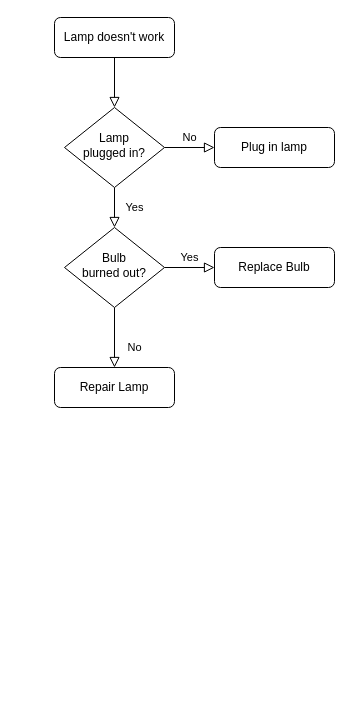
The draw.io diagram 未命名绘图.drawio in CodeCsir/DrawIO, before the edit. Source tidied: cells renumbered, new cells numbered last; positions are measured from the earlier drawing's top-left corner, leaving out a move shared by most shapes. Both pictures are drawn from the tidied source at 100%, with x=0, y=0 at pixel (54, 17).
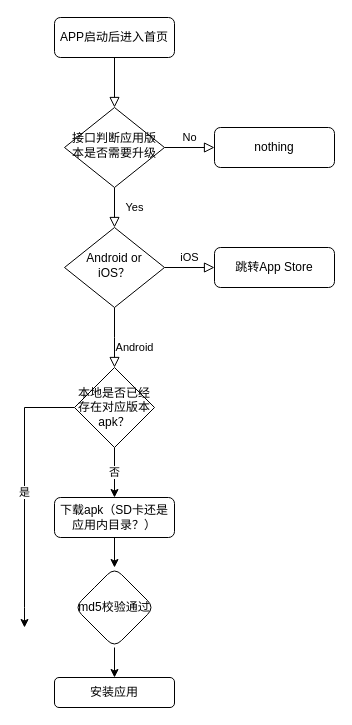
Above is the later version.

Commit message:
Flutter应用更新流程.drawio

The edit, as a diff of the source:
```diff
@@
-    <mxCell id="3" value="Lamp doesn't work" style="rounded=1;whiteSpace=wrap;html=1;fontSize=12;glass=0;strokeWidth=1;shadow=0;" parent="1" vertex="1">
+    <mxCell id="3" value="APP启动后进入首页" style="rounded=1;whiteSpace=wrap;html=1;fontSize=12;glass=0;strokeWidth=1;shadow=0;" parent="1" vertex="1">
       <mxGeometry width="120" height="40" as="geometry" />
     </mxCell>
@@
-    <mxCell id="6" value="Lamp&lt;br&gt;plugged in?" style="rhombus;whiteSpace=wrap;html=1;shadow=0;fontFamily=Helvetica;fontSize=12;align=center;strokeWidth=1;spacing=6;spacingTop=-4;" parent="1" vertex="1">
+    <mxCell id="6" value="接口判断应用版本是否需要升级" style="rhombus;whiteSpace=wrap;html=1;shadow=0;fontFamily=Helvetica;fontSize=12;align=center;strokeWidth=1;spacing=6;spacingTop=-4;" parent="1" vertex="1">
       <mxGeometry x="10" y="90" width="100" height="80" as="geometry" />
     </mxCell>
-    <mxCell id="7" value="Plug in lamp" style="rounded=1;whiteSpace=wrap;html=1;fontSize=12;glass=0;strokeWidth=1;shadow=0;" parent="1" vertex="1">
+    <mxCell id="7" value="nothing" style="rounded=1;whiteSpace=wrap;html=1;fontSize=12;glass=0;strokeWidth=1;shadow=0;" parent="1" vertex="1">
       <mxGeometry x="160" y="110" width="120" height="40" as="geometry" />
     </mxCell>
-    <mxCell id="8" value="No" style="rounded=0;html=1;jettySize=auto;fontSize=11;endArrow=block;endFill=0;endSize=8;strokeWidth=1;shadow=0;labelBackgroundColor=none;edgeStyle=orthogonalEdgeStyle;" parent="1" edge="1" source="10" target="11">
-      <mxGeometry x="0.33" y="20" relative="1" as="geometry" />
+    <mxCell id="8" value="Android" style="rounded=0;html=1;jettySize=auto;fontSize=11;endArrow=block;endFill=0;endSize=8;strokeWidth=1;shadow=0;labelBackgroundColor=none;edgeStyle=orthogonalEdgeStyle;" parent="1" edge="1" source="10">
+      <mxGeometry x="0.33" y="20" relative="1" as="geometry">
+        <mxPoint x="60" y="350" as="targetPoint" />
+      </mxGeometry>
     </mxCell>
-    <mxCell id="9" value="Yes" style="edgeStyle=orthogonalEdgeStyle;rounded=0;html=1;jettySize=auto;fontSize=11;endArrow=block;endFill=0;endSize=8;strokeWidth=1;shadow=0;labelBackgroundColor=none;" parent="1" edge="1" source="10" target="12">
+    <mxCell id="9" value="iOS" style="edgeStyle=orthogonalEdgeStyle;rounded=0;html=1;jettySize=auto;fontSize=11;endArrow=block;endFill=0;endSize=8;strokeWidth=1;shadow=0;labelBackgroundColor=none;" parent="1" edge="1" source="10" target="12">
       <mxGeometry y="10" relative="1" as="geometry" />
     </mxCell>
-    <mxCell id="10" value="Bulb&lt;br&gt;burned out?" style="rhombus;whiteSpace=wrap;html=1;shadow=0;fontFamily=Helvetica;fontSize=12;align=center;strokeWidth=1;spacing=6;spacingTop=-4;" parent="1" vertex="1">
+    <mxCell id="10" value="Android or iOS？" style="rhombus;whiteSpace=wrap;html=1;shadow=0;fontFamily=Helvetica;fontSize=12;align=center;strokeWidth=1;spacing=6;spacingTop=-4;" parent="1" vertex="1">
       <mxGeometry x="10" y="210" width="100" height="80" as="geometry" />
     </mxCell>
-    <mxCell id="11" value="Repair Lamp" style="rounded=1;whiteSpace=wrap;html=1;fontSize=12;glass=0;strokeWidth=1;shadow=0;" parent="1" vertex="1">
-      <mxGeometry y="350" width="120" height="40" as="geometry" />
-    </mxCell>
+    <mxCell id="13" value="否" style="edgeStyle=orthogonalEdgeStyle;rounded=0;jettySize=auto;html=1;exitX=0.5;exitY=1;exitDx=0;exitDy=0;entryX=0.5;entryY=0;entryDx=0;entryDy=0;" parent="1" edge="1" source="16" target="18">
+      <mxGeometry relative="1" as="geometry" />
+    </mxCell>
+    <mxCell id="14" value="是" style="edgeStyle=orthogonalEdgeStyle;rounded=0;jettySize=auto;html=1;exitX=0;exitY=0.5;exitDx=0;exitDy=0;" parent="1" edge="1" source="16">
+      <mxGeometry relative="1" as="geometry">
+        <mxPoint x="-30" y="610" as="targetPoint" />
+        <Array as="points">
+          <mxPoint x="-30" y="390" />
+          <mxPoint x="-30" y="590" />
+        </Array>
+      </mxGeometry>
+    </mxCell>
-    <mxCell id="12" value="Replace Bulb" style="rounded=1;whiteSpace=wrap;html=1;fontSize=12;glass=0;strokeWidth=1;shadow=0;" parent="1" vertex="1">
+    <mxCell id="12" value="跳转App Store" style="rounded=1;whiteSpace=wrap;html=1;fontSize=12;glass=0;strokeWidth=1;shadow=0;" parent="1" vertex="1">
       <mxGeometry x="160" y="230" width="120" height="40" as="geometry" />
     </mxCell>
+    <mxCell id="15" style="edgeStyle=orthogonalEdgeStyle;rounded=0;jettySize=auto;html=1;exitX=0.5;exitY=1;exitDx=0;exitDy=0;" parent="1" edge="1" target="16">
+      <mxGeometry relative="1" as="geometry">
+        <mxPoint x="60" y="390" as="sourcePoint" />
+      </mxGeometry>
+    </mxCell>
+    <mxCell id="16" value="本地是否已经存在对应版本apk？" style="rhombus;whiteSpace=wrap;html=1;" parent="1" vertex="1">
+      <mxGeometry x="20" y="350" width="80" height="80" as="geometry" />
+    </mxCell>
+    <mxCell id="17" style="edgeStyle=orthogonalEdgeStyle;rounded=0;jettySize=auto;html=1;" parent="1" edge="1" source="18" target="21">
+      <mxGeometry relative="1" as="geometry" />
+    </mxCell>
+    <mxCell id="18" value="下载apk（SD卡还是应用内目录？）" style="rounded=1;whiteSpace=wrap;html=1;fontSize=12;glass=0;strokeWidth=1;shadow=0;" parent="1" vertex="1">
+      <mxGeometry y="480" width="120" height="40" as="geometry" />
+    </mxCell>
+    <mxCell id="19" style="edgeStyle=orthogonalEdgeStyle;rounded=0;orthogonalLoop=1;jettySize=auto;html=1;exitX=0.5;exitY=1;exitDx=0;exitDy=0;" parent="1" edge="1">
+      <mxGeometry relative="1" as="geometry">
+        <mxPoint x="60" y="600" as="sourcePoint" />
+        <mxPoint x="60" y="600" as="targetPoint" />
+      </mxGeometry>
+    </mxCell>
+    <mxCell id="20" style="edgeStyle=orthogonalEdgeStyle;rounded=0;jettySize=auto;html=1;" parent="1" edge="1" source="21" target="22">
+      <mxGeometry relative="1" as="geometry" />
+    </mxCell>
+    <mxCell id="21" value="md5校验通过" style="rhombus;whiteSpace=wrap;html=1;rounded=1;glass=0;strokeWidth=1;shadow=0;" parent="1" vertex="1">
+      <mxGeometry x="20" y="550" width="80" height="80" as="geometry" />
+    </mxCell>
+    <mxCell id="22" value="安装应用" style="whiteSpace=wrap;html=1;rounded=1;glass=0;strokeWidth=1;shadow=0;" parent="1" vertex="1">
+      <mxGeometry y="660" width="120" height="30" as="geometry" />
+    </mxCell>
```
